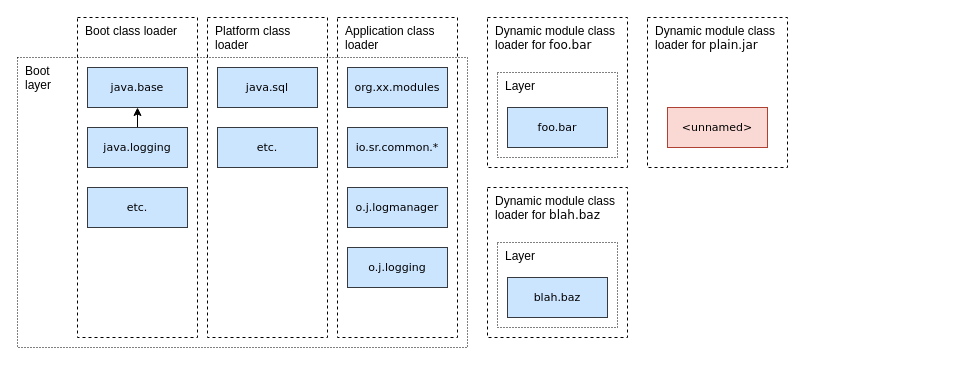
Above: Untitled Diagram.drawio in dmlloyd/diagrams (draw.io), before the change. Source tidied: cells renumbered, new cells numbered last; positions are measured from the earlier drawing's top-left corner, leaving out a move shared by most shapes. Both pictures are drawn from the tidied source at 100%, with x=0, y=0 at pixel (17, 17).
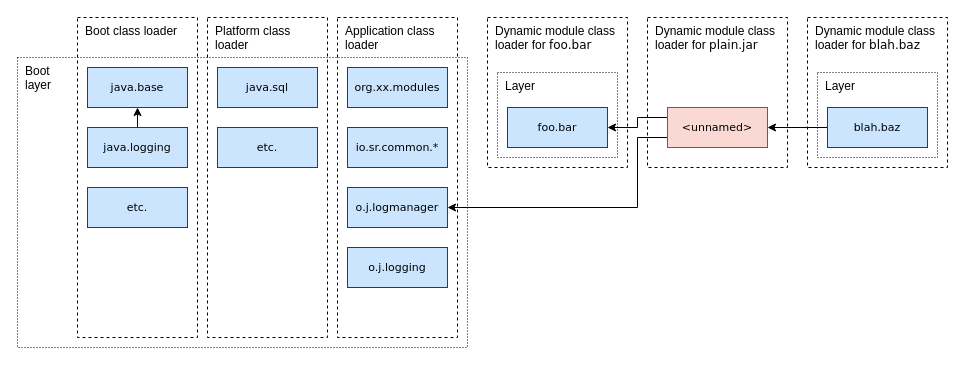
The same page after the edit.

The change refers to these unchanged cells:
```xml
<mxCell id="14" value="o.j.logmanager" style="rounded=0;whiteSpace=wrap;html=1;fillColor=#cce5ff;strokeColor=#36393d;fontFamily=Verdana;fontSize=11;" parent="1" vertex="1">
  <mxGeometry x="330" y="170" width="100" height="40" as="geometry" />
</mxCell>
<mxCell id="18" value="&lt;font&gt;foo.bar&lt;/font&gt;" style="rounded=0;whiteSpace=wrap;html=1;fontFamily=Verdana;fillColor=#cce5ff;strokeColor=#36393d;fontSize=11;" parent="1" vertex="1">
  <mxGeometry x="490" y="90" width="100" height="40" as="geometry" />
</mxCell>
<mxCell id="23" value="&lt;font&gt;&amp;lt;unnamed&amp;gt;&lt;/font&gt;" style="rounded=0;whiteSpace=wrap;html=1;fontFamily=Verdana;fillColor=#fad9d5;strokeColor=#ae4132;fontSize=11;" parent="1" vertex="1">
  <mxGeometry x="650" y="90" width="100" height="40" as="geometry" />
</mxCell>
```

The edit, as a diff of the source:
```diff
@@
     <mxCell id="19" value="Dynamic module class loader for &lt;font face=&quot;Verdana&quot;&gt;blah.baz&lt;/font&gt;" style="rounded=0;whiteSpace=wrap;html=1;fillColor=none;verticalAlign=top;dashed=1;align=left;spacingLeft=6;" parent="1" vertex="1">
-      <mxGeometry x="470" y="170" width="140" height="150" as="geometry" />
+      <mxGeometry x="790" width="140" height="150" as="geometry" />
     </mxCell>
     <mxCell id="20" value="Layer" style="rounded=0;whiteSpace=wrap;html=1;dashed=1;dashPattern=1 2;align=left;verticalAlign=top;fillColor=none;spacingLeft=6;" parent="1" vertex="1">
-      <mxGeometry x="480" y="225" width="120" height="85" as="geometry" />
+      <mxGeometry x="800" y="55" width="120" height="85" as="geometry" />
     </mxCell>
+    <mxCell id="24" style="edgeStyle=orthogonalEdgeStyle;rounded=0;jettySize=auto;html=1;exitX=0;exitY=0.5;exitDx=0;exitDy=0;" parent="1" edge="1" source="21" target="23">
+      <mxGeometry relative="1" as="geometry" />
+    </mxCell>
     <mxCell id="21" value="&lt;font&gt;blah.baz&lt;/font&gt;" style="rounded=0;whiteSpace=wrap;html=1;fontFamily=Verdana;fillColor=#cce5ff;strokeColor=#36393d;fontSize=11;" parent="1" vertex="1">
-      <mxGeometry x="490" y="260" width="100" height="40" as="geometry" />
+      <mxGeometry x="810" y="90" width="100" height="40" as="geometry" />
     </mxCell>
@@
+    <mxCell id="25" style="edgeStyle=orthogonalEdgeStyle;rounded=0;jettySize=auto;html=1;exitX=0;exitY=0.25;exitDx=0;exitDy=0;entryX=1;entryY=0.5;entryDx=0;entryDy=0;" parent="1" edge="1" source="23" target="18">
+      <mxGeometry relative="1" as="geometry" />
+    </mxCell>
+    <mxCell id="26" style="edgeStyle=orthogonalEdgeStyle;rounded=0;jettySize=auto;html=1;exitX=0;exitY=0.75;exitDx=0;exitDy=0;entryX=1;entryY=0.5;entryDx=0;entryDy=0;" parent="1" edge="1" source="23" target="14">
+      <mxGeometry relative="1" as="geometry">
+        <Array as="points">
+          <mxPoint x="620" y="120" />
+          <mxPoint x="620" y="190" />
+        </Array>
+      </mxGeometry>
+    </mxCell>
```
